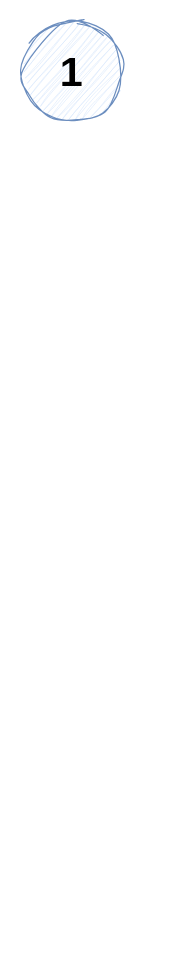
This is grafo/Untitled Diagram.drawio from IvanCCO/Analise-Algoritmo, a draw.io file, before an edit. Source tidied: cells renumbered, new cells numbered last; positions are measured from the earlier drawing's top-left corner, leaving out a move shared by most shapes. Both pictures are drawn from the tidied source at 125%, with x=0, y=0 at pixel (21, 21).
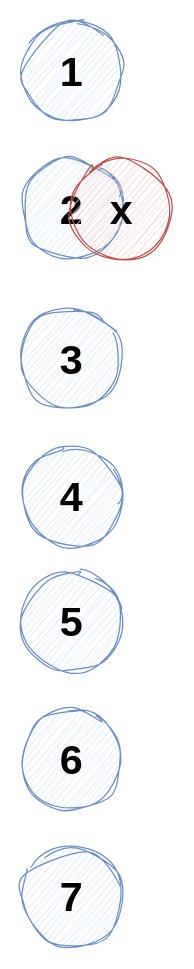
The same diagram, later.

Diff of the diagram source:
```diff
@@
 <mxGraphModel>
   <root>
     <mxCell id="0" />
     <mxCell id="1" parent="0" />
     <mxCell id="2" value="&lt;font face=&quot;Helvetica&quot; size=&quot;1&quot;&gt;&lt;b style=&quot;font-size: 33px;&quot;&gt;1&lt;/b&gt;&lt;/font&gt;" style="ellipse;whiteSpace=wrap;html=1;sketch=1;hachureGap=4;jiggle=2;curveFitting=1;fontFamily=Architects Daughter;fillColor=#dae8fc;strokeColor=#6c8ebf;" parent="1" vertex="1">
       <mxGeometry width="80" height="80" as="geometry" />
     </mxCell>
+    <mxCell id="3" value="&lt;font face=&quot;Helvetica&quot; size=&quot;1&quot;&gt;&lt;b style=&quot;font-size: 33px;&quot;&gt;2&lt;/b&gt;&lt;/font&gt;" style="ellipse;whiteSpace=wrap;html=1;sketch=1;hachureGap=4;jiggle=2;curveFitting=1;fontFamily=Architects Daughter;fillColor=#dae8fc;strokeColor=#6c8ebf;" parent="1" vertex="1">
+      <mxGeometry y="110" width="80" height="80" as="geometry" />
+    </mxCell>
+    <mxCell id="4" value="&lt;font face=&quot;Helvetica&quot; size=&quot;1&quot;&gt;&lt;b style=&quot;font-size: 33px;&quot;&gt;3&lt;/b&gt;&lt;/font&gt;" style="ellipse;whiteSpace=wrap;html=1;sketch=1;hachureGap=4;jiggle=2;curveFitting=1;fontFamily=Architects Daughter;fillColor=#dae8fc;strokeColor=#6c8ebf;" parent="1" vertex="1">
+      <mxGeometry y="230" width="80" height="80" as="geometry" />
+    </mxCell>
+    <mxCell id="5" value="&lt;font face=&quot;Helvetica&quot; size=&quot;1&quot;&gt;&lt;b style=&quot;font-size: 33px;&quot;&gt;x&lt;/b&gt;&lt;/font&gt;" style="ellipse;whiteSpace=wrap;html=1;sketch=1;hachureGap=4;jiggle=2;curveFitting=1;fontFamily=Architects Daughter;fillColor=#f8cecc;strokeColor=#b85450;" parent="1" vertex="1">
+      <mxGeometry x="40" y="110" width="80" height="80" as="geometry" />
+    </mxCell>
+    <mxCell id="6" value="&lt;font face=&quot;Helvetica&quot; size=&quot;1&quot;&gt;&lt;b style=&quot;font-size: 33px;&quot;&gt;4&lt;/b&gt;&lt;/font&gt;" style="ellipse;whiteSpace=wrap;html=1;sketch=1;hachureGap=4;jiggle=2;curveFitting=1;fontFamily=Architects Daughter;fillColor=#dae8fc;strokeColor=#6c8ebf;" parent="1" vertex="1">
+      <mxGeometry y="340" width="80" height="80" as="geometry" />
+    </mxCell>
+    <mxCell id="7" value="&lt;font face=&quot;Helvetica&quot; size=&quot;1&quot;&gt;&lt;b style=&quot;font-size: 33px;&quot;&gt;5&lt;/b&gt;&lt;/font&gt;" style="ellipse;whiteSpace=wrap;html=1;sketch=1;hachureGap=4;jiggle=2;curveFitting=1;fontFamily=Architects Daughter;fillColor=#dae8fc;strokeColor=#6c8ebf;" parent="1" vertex="1">
+      <mxGeometry y="440" width="80" height="80" as="geometry" />
+    </mxCell>
+    <mxCell id="8" value="&lt;font face=&quot;Helvetica&quot; size=&quot;1&quot;&gt;&lt;b style=&quot;font-size: 33px;&quot;&gt;6&lt;/b&gt;&lt;/font&gt;" style="ellipse;whiteSpace=wrap;html=1;sketch=1;hachureGap=4;jiggle=2;curveFitting=1;fontFamily=Architects Daughter;fillColor=#dae8fc;strokeColor=#6c8ebf;" parent="1" vertex="1">
+      <mxGeometry y="550" width="80" height="80" as="geometry" />
+    </mxCell>
+    <mxCell id="9" value="&lt;font face=&quot;Helvetica&quot; size=&quot;1&quot;&gt;&lt;b style=&quot;font-size: 33px;&quot;&gt;7&lt;/b&gt;&lt;/font&gt;" style="ellipse;whiteSpace=wrap;html=1;sketch=1;hachureGap=4;jiggle=2;curveFitting=1;fontFamily=Architects Daughter;fillColor=#dae8fc;strokeColor=#6c8ebf;" parent="1" vertex="1">
+      <mxGeometry y="660" width="80" height="80" as="geometry" />
+    </mxCell>
   </root>
 </mxGraphModel>
```
